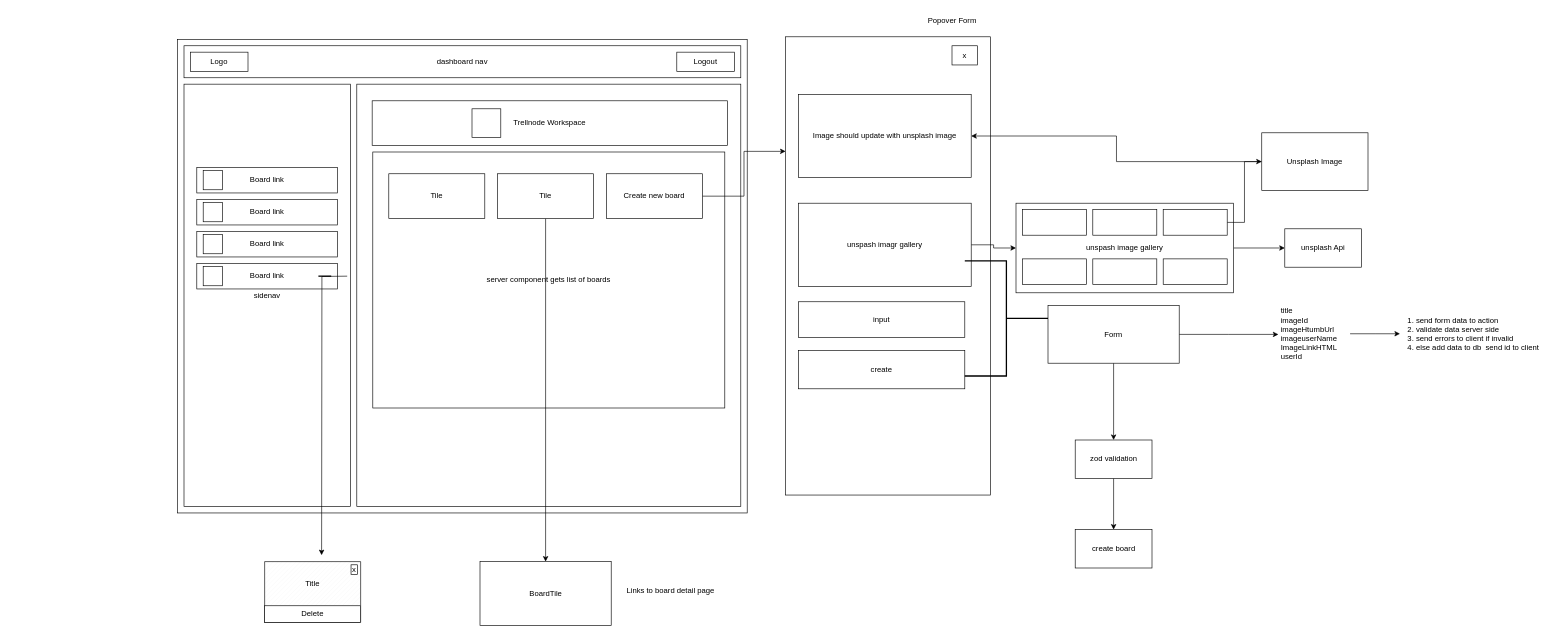
Earlier version of the draw.io diagram page "Boards Page" (3 of 4) of public/Untitled Diagram.drawio (eric-nichols-nyc/trellnode). Source tidied: cells renumbered, new cells numbered last; positions are measured from the earlier drawing's top-left corner, leaving out a move shared by most shapes. Both pictures are drawn from the tidied source at 64%, with x=0, y=0 at pixel (177, 11).
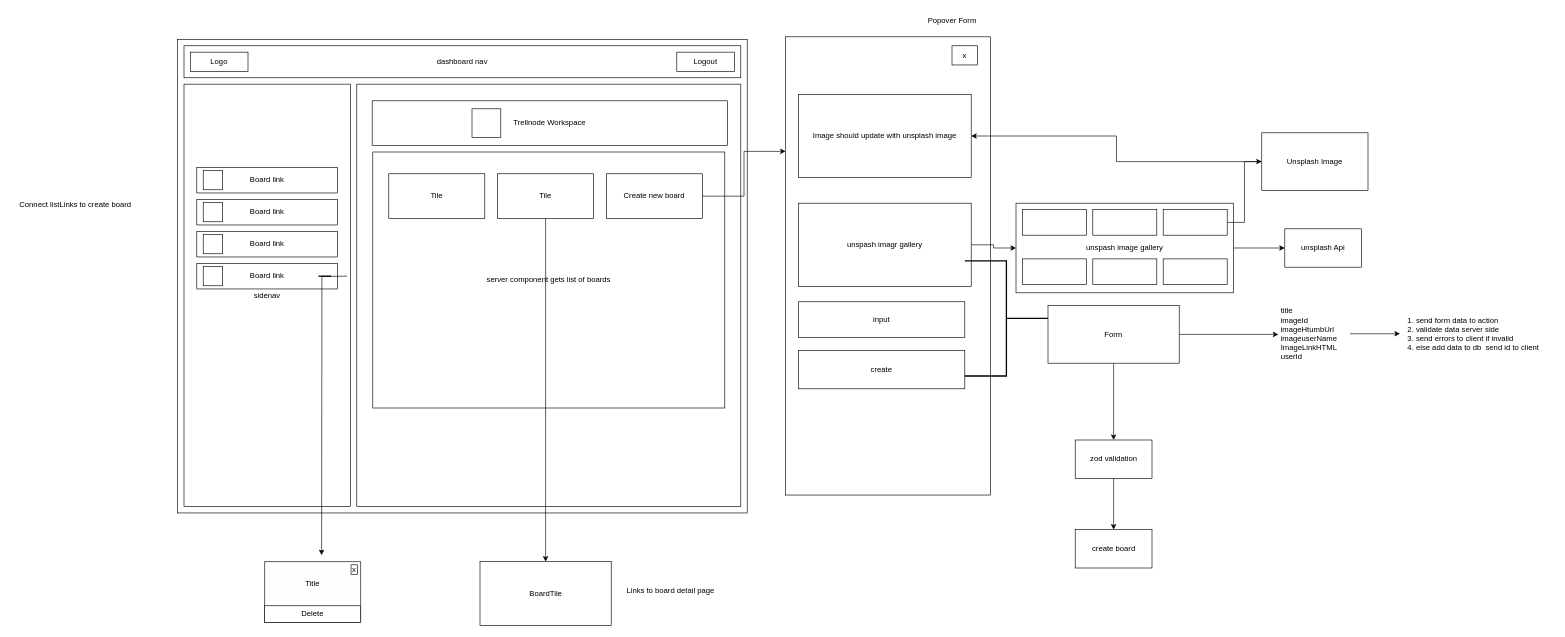
After the change.

Diff of the diagram source:
```diff
@@
+    <mxCell id="63" value="Connect listLinks to create board" style="text;html=1;align=center;verticalAlign=middle;strokeColor=none;fillColor=none;" parent="1" vertex="1">
+      <mxGeometry x="-260" y="288" width="200" height="30" as="geometry" />
+    </mxCell>
```
